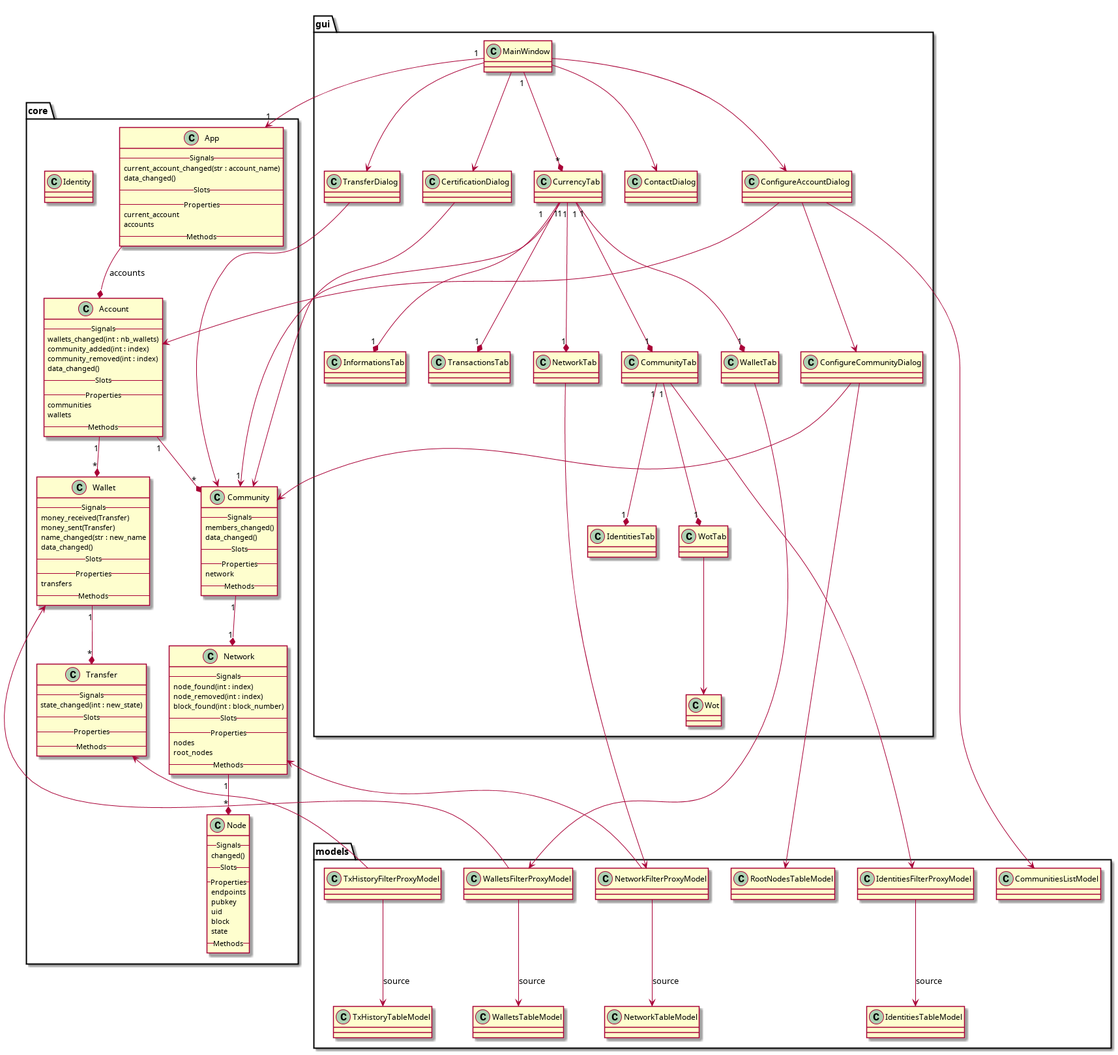
Above: doc/uml/cutecoin.png in duniter/sakia (PlantUML), before the change.
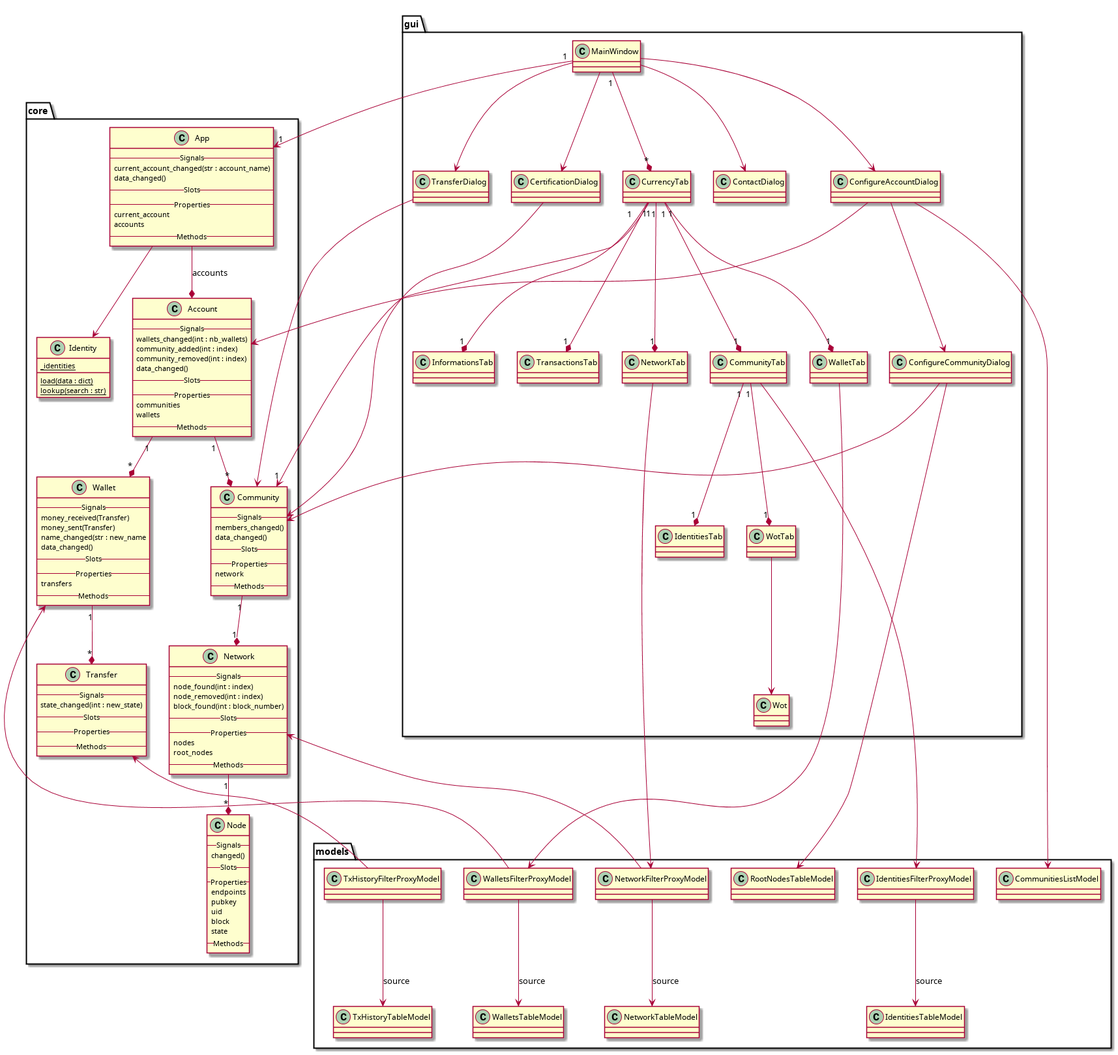
After the change.

Commit message:
Working on UML

Change to the diagram source:
```diff
@@ -87,7 +87,13 @@
 	-- Methods --
 	}
 
-	class Identity
+	App --> Identity
+	class Identity {
+		{static} _identities
+		{static} load(data : dict)
+		{static} lookup(search : str)
+	}
+
 }
 
 
```
